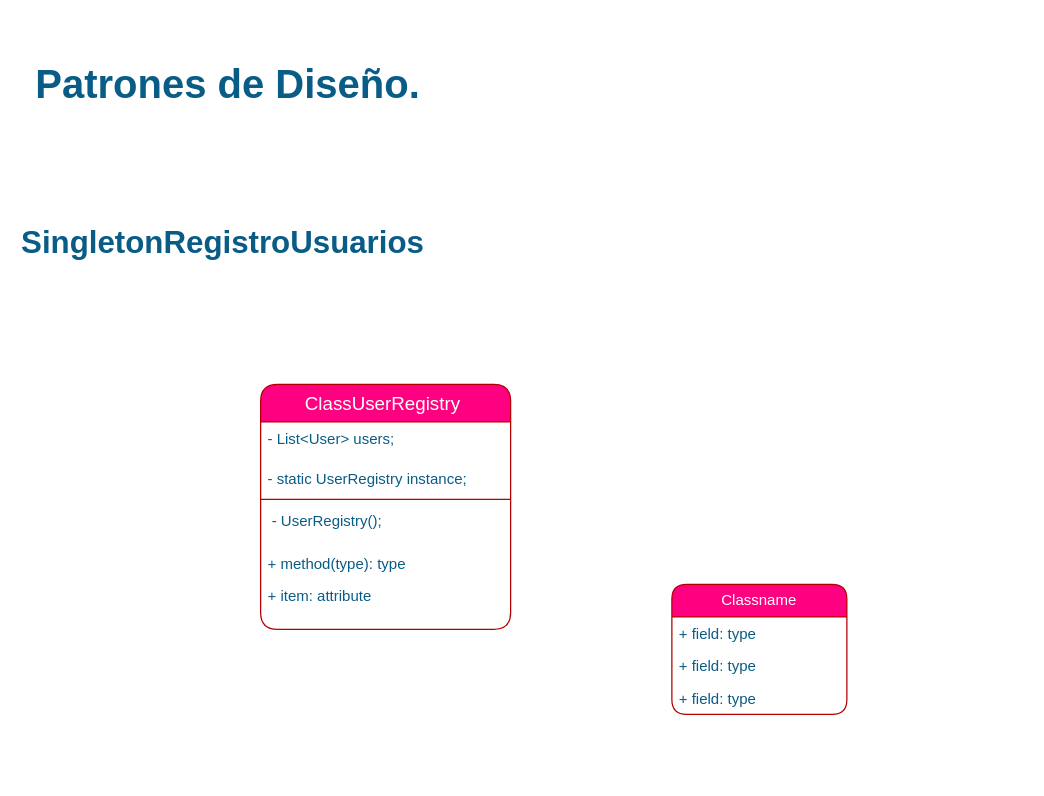
The draw.io diagram Diagrama sin título.drawio in Mariayey12/Patrone-Di, before the edit. Source tidied: cells renumbered, new cells numbered last; positions are measured from the earlier drawing's top-left corner, leaving out a move shared by most shapes. Both pictures are drawn from the tidied source at 125%, with x=0, y=0 at pixel (21, 21).
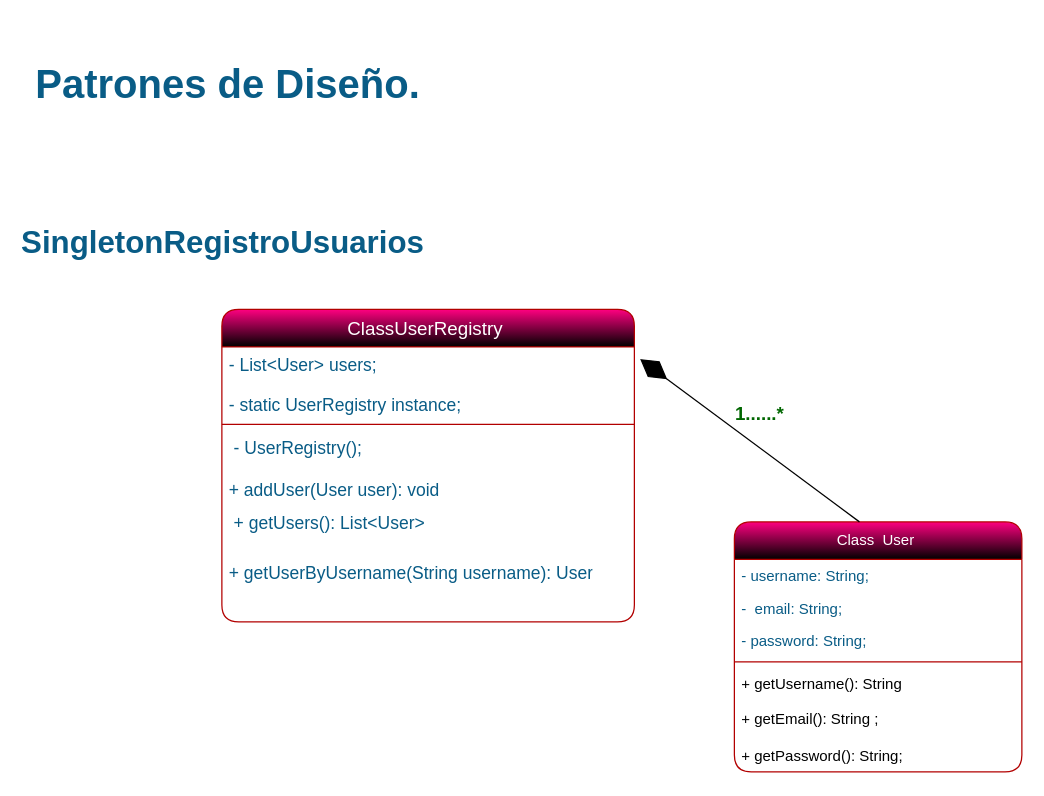
Above is the later version.

What changed in the source:
```diff
@@
-    <mxCell id="4" value="&lt;font style=&quot;font-size: 15px;&quot;&gt;ClassUserRegistry&amp;nbsp;&lt;/font&gt;" style="swimlane;fontStyle=0;horizontal=1;startSize=30;fillColor=#FF0080;whiteSpace=wrap;html=1;labelBackgroundColor=none;strokeColor=#B20000;rounded=1;labelBorderColor=none;fontColor=#ffffff;" parent="1" vertex="1">
-      <mxGeometry x="191" y="290" width="200" height="196" as="geometry" />
+    <mxCell id="4" value="&lt;font style=&quot;font-size: 15px;&quot;&gt;ClassUserRegistry&amp;nbsp;&lt;/font&gt;" style="swimlane;fontStyle=0;horizontal=1;startSize=30;fillColor=#FF0080;whiteSpace=wrap;html=1;labelBackgroundColor=none;strokeColor=#B20000;rounded=1;labelBorderColor=none;fontColor=#ffffff;gradientColor=default;" parent="1" vertex="1">
+      <mxGeometry x="160" y="230" width="330" height="250" as="geometry" />
     </mxCell>
-    <mxCell id="5" value="- List&amp;lt;User&amp;gt; users;" style="text;strokeColor=none;fillColor=none;align=left;verticalAlign=top;spacingLeft=4;spacingRight=4;overflow=hidden;points=[[0,0.5],[1,0.5]];portConstraint=eastwest;whiteSpace=wrap;html=1;labelBackgroundColor=none;fontColor=#095C86;rounded=1;" parent="4" vertex="1">
-      <mxGeometry y="30" width="200" height="32" as="geometry" />
+    <mxCell id="5" value="&lt;font style=&quot;font-size: 14px;&quot;&gt;- List&amp;lt;User&amp;gt; users;&lt;/font&gt;" style="text;strokeColor=none;fillColor=none;align=left;verticalAlign=top;spacingLeft=4;spacingRight=4;overflow=hidden;points=[[0,0.5],[1,0.5]];portConstraint=eastwest;whiteSpace=wrap;html=1;labelBackgroundColor=none;fontColor=#095C86;rounded=1;" parent="4" vertex="1">
+      <mxGeometry y="30" width="330" height="32" as="geometry" />
     </mxCell>
-    <mxCell id="6" value="- static UserRegistry instance;" style="text;strokeColor=none;fillColor=none;align=left;verticalAlign=top;spacingLeft=4;spacingRight=4;overflow=hidden;whiteSpace=wrap;html=1;labelBackgroundColor=none;fontColor=#095C86;rounded=1;" parent="4" vertex="1">
-      <mxGeometry y="62" width="200" height="26" as="geometry" />
+    <mxCell id="6" value="&lt;font style=&quot;font-size: 14px;&quot;&gt;- static UserRegistry instance;&lt;/font&gt;" style="text;strokeColor=none;fillColor=none;align=left;verticalAlign=top;spacingLeft=4;spacingRight=4;overflow=hidden;whiteSpace=wrap;html=1;labelBackgroundColor=none;fontColor=#095C86;rounded=1;" parent="4" vertex="1">
+      <mxGeometry y="62" width="330" height="26" as="geometry" />
     </mxCell>
     <mxCell id="7" style="line;strokeWidth=1;fillColor=none;align=left;verticalAlign=middle;spacingTop=-1;spacingLeft=3;spacingRight=3;labelPosition=right;strokeColor=inherit;fontColor=#095C86;" parent="4" vertex="1">
-      <mxGeometry y="88" width="200" height="8" as="geometry" />
+      <mxGeometry y="88" width="330" height="8" as="geometry" />
     </mxCell>
-    <mxCell id="8" value="&amp;nbsp;- UserRegistry();&amp;nbsp;" style="text;strokeColor=none;fillColor=none;align=left;verticalAlign=top;spacingLeft=4;spacingRight=4;overflow=hidden;whiteSpace=wrap;html=1;labelBackgroundColor=none;fontColor=#095C86;rounded=1;" parent="4" vertex="1">
-      <mxGeometry y="96" width="200" height="34" as="geometry" />
+    <mxCell id="8" value="&lt;font style=&quot;font-size: 14px;&quot;&gt;&amp;nbsp;- UserRegistry();&amp;nbsp;&lt;/font&gt;" style="text;strokeColor=none;fillColor=none;align=left;verticalAlign=top;spacingLeft=4;spacingRight=4;overflow=hidden;whiteSpace=wrap;html=1;labelBackgroundColor=none;fontColor=#095C86;rounded=1;" parent="4" vertex="1">
+      <mxGeometry y="96" width="330" height="34" as="geometry" />
     </mxCell>
-    <mxCell id="9" value="+ method(type): type" style="text;strokeColor=none;fillColor=none;align=left;verticalAlign=top;spacingLeft=4;spacingRight=4;overflow=hidden;whiteSpace=wrap;html=1;fontColor=#095C86;" parent="4" vertex="1">
-      <mxGeometry y="130" width="200" height="26" as="geometry" />
+    <mxCell id="9" value="&lt;font style=&quot;font-size: 14px;&quot;&gt;+ addUser(User user): void&amp;nbsp; &amp;nbsp;&lt;/font&gt;" style="text;strokeColor=none;fillColor=none;align=left;verticalAlign=top;spacingLeft=4;spacingRight=4;overflow=hidden;whiteSpace=wrap;html=1;fontColor=#095C86;" parent="4" vertex="1">
+      <mxGeometry y="130" width="330" height="26" as="geometry" />
     </mxCell>
-    <mxCell id="10" value="+ item: attribute" style="text;strokeColor=none;fillColor=none;align=left;verticalAlign=top;spacingLeft=4;spacingRight=4;overflow=hidden;whiteSpace=wrap;html=1;fontColor=#095C86;" parent="4" vertex="1">
-      <mxGeometry y="156" width="200" height="40" as="geometry" />
+    <mxCell id="10" value="&lt;font style=&quot;font-size: 14px;&quot;&gt;&amp;nbsp;+ getUsers(): List&amp;lt;User&amp;gt;&amp;nbsp;&amp;nbsp;&lt;/font&gt;" style="text;strokeColor=none;fillColor=none;align=left;verticalAlign=top;spacingLeft=4;spacingRight=4;overflow=hidden;whiteSpace=wrap;html=1;fontColor=#095C86;" parent="4" vertex="1">
+      <mxGeometry y="156" width="330" height="40" as="geometry" />
     </mxCell>
+    <mxCell id="15" value="&lt;font color=&quot;#095c86&quot; style=&quot;font-size: 14px;&quot;&gt;+ getUserByUsername(String username): User&lt;/font&gt;" style="text;strokeColor=none;fillColor=none;align=left;verticalAlign=top;spacingLeft=4;spacingRight=4;overflow=hidden;whiteSpace=wrap;html=1;" parent="4" vertex="1">
+      <mxGeometry y="196" width="330" height="54" as="geometry" />
+    </mxCell>
-    <mxCell id="11" value="Classname" style="swimlane;fontStyle=0;horizontal=1;startSize=26;fillColor=#FF0080;whiteSpace=wrap;html=1;labelBackgroundColor=none;strokeColor=#B20000;fontColor=#ffffff;rounded=1;" parent="1" vertex="1">
-      <mxGeometry x="520" y="450" width="140" height="104" as="geometry" />
+    <mxCell id="11" value="Class&amp;nbsp;&amp;nbsp;User&amp;nbsp;" style="swimlane;fontStyle=0;horizontal=1;startSize=30;fillColor=#FF0080;whiteSpace=wrap;html=1;labelBackgroundColor=none;strokeColor=#B20000;fontColor=#ffffff;rounded=1;gradientColor=default;" parent="1" vertex="1">
+      <mxGeometry x="570" y="400" width="230" height="200" as="geometry" />
     </mxCell>
-    <mxCell id="12" value="+ field: type" style="text;strokeColor=none;fillColor=none;align=left;verticalAlign=top;spacingLeft=4;spacingRight=4;overflow=hidden;whiteSpace=wrap;html=1;labelBackgroundColor=none;fontColor=#095C86;rounded=1;" parent="11" vertex="1">
-      <mxGeometry y="26" width="140" height="26" as="geometry" />
+    <mxCell id="12" value="- username: String;" style="text;strokeColor=none;fillColor=none;align=left;verticalAlign=top;spacingLeft=4;spacingRight=4;overflow=hidden;whiteSpace=wrap;html=1;labelBackgroundColor=none;fontColor=#095C86;rounded=1;" parent="11" vertex="1">
+      <mxGeometry y="30" width="230" height="26" as="geometry" />
     </mxCell>
-    <mxCell id="13" value="+ field: type" style="text;strokeColor=none;fillColor=none;align=left;verticalAlign=top;spacingLeft=4;spacingRight=4;overflow=hidden;whiteSpace=wrap;html=1;labelBackgroundColor=none;fontColor=#095C86;rounded=1;" parent="11" vertex="1">
-      <mxGeometry y="52" width="140" height="26" as="geometry" />
+    <mxCell id="13" value="-&amp;nbsp; email: String;" style="text;strokeColor=none;fillColor=none;align=left;verticalAlign=top;spacingLeft=4;spacingRight=4;overflow=hidden;whiteSpace=wrap;html=1;labelBackgroundColor=none;fontColor=#095C86;rounded=1;" parent="11" vertex="1">
+      <mxGeometry y="56" width="230" height="26" as="geometry" />
     </mxCell>
-    <mxCell id="14" value="+ field: type" style="text;strokeColor=none;fillColor=none;align=left;verticalAlign=top;spacingLeft=4;spacingRight=4;overflow=hidden;whiteSpace=wrap;html=1;labelBackgroundColor=none;fontColor=#095C86;rounded=1;" parent="11" vertex="1">
-      <mxGeometry y="78" width="140" height="26" as="geometry" />
+    <mxCell id="14" value="- password: String;" style="text;strokeColor=none;fillColor=none;align=left;verticalAlign=top;spacingLeft=4;spacingRight=4;overflow=hidden;whiteSpace=wrap;html=1;labelBackgroundColor=none;fontColor=#095C86;rounded=1;" parent="11" vertex="1">
+      <mxGeometry y="82" width="230" height="26" as="geometry" />
     </mxCell>
+    <mxCell id="16" style="line;strokeWidth=1;fillColor=none;align=left;verticalAlign=middle;spacingTop=-1;spacingLeft=3;spacingRight=3;labelPosition=right;strokeColor=inherit;" parent="11" vertex="1">
+      <mxGeometry y="108" width="230" height="8" as="geometry" />
+    </mxCell>
+    <mxCell id="17" value="+ getUsername(): String" style="text;strokeColor=none;fillColor=none;align=left;verticalAlign=top;spacingLeft=4;spacingRight=4;overflow=hidden;whiteSpace=wrap;html=1;" parent="11" vertex="1">
+      <mxGeometry y="116" width="230" height="28" as="geometry" />
+    </mxCell>
+    <mxCell id="18" value="+ getEmail(): String ;" style="text;strokeColor=none;fillColor=none;align=left;verticalAlign=top;spacingLeft=4;spacingRight=4;overflow=hidden;whiteSpace=wrap;html=1;" parent="11" vertex="1">
+      <mxGeometry y="144" width="230" height="30" as="geometry" />
+    </mxCell>
+    <mxCell id="19" value="+ getPassword(): String;" style="text;strokeColor=none;fillColor=none;align=left;verticalAlign=top;spacingLeft=4;spacingRight=4;overflow=hidden;whiteSpace=wrap;html=1;" parent="11" vertex="1">
+      <mxGeometry y="174" width="230" height="26" as="geometry" />
+    </mxCell>
+    <mxCell id="20" style="endArrow=diamondThin;endFill=1;endSize=24;html=1;rounded=0;exitX=0.435;exitY=0;exitDx=0;exitDy=0;exitPerimeter=0;entryX=1.014;entryY=0.305;entryDx=0;entryDy=0;entryPerimeter=0;" parent="1" edge="1" source="11" target="5">
+      <mxGeometry relative="1" as="geometry" />
+    </mxCell>
+    <mxCell id="21" value="1......*" style="text;align=center;fontStyle=1;verticalAlign=middle;spacingLeft=3;spacingRight=3;strokeColor=none;html=1;fontSize=15;fontColor=#006600;" parent="1" vertex="1">
+      <mxGeometry x="550" y="300" width="80" height="26" as="geometry" />
+    </mxCell>
```
